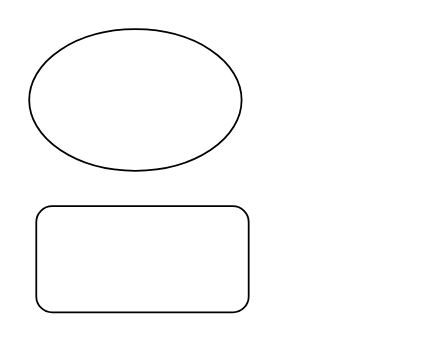
biaobiao/springbootdemo keeps this draw.io diagram as 未命名绘图.drawio. Above is the earlier version. Source tidied: cells renumbered, new cells numbered last; positions are measured from the earlier drawing's top-left corner, leaving out a move shared by most shapes. Both pictures are drawn from the tidied source at 177%, with x=0, y=0 at pixel (28, 28).
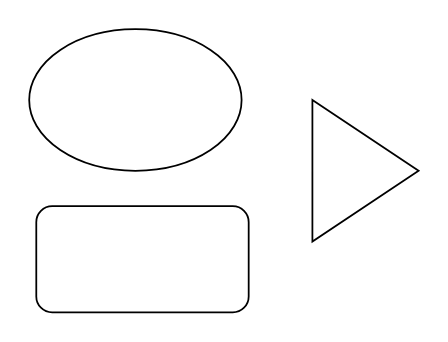
The same page after the edit.

Commit message:
更新未命名绘图.drawio

What changed in the source:
```diff
@@
 <mxGraphModel>
   <root>
     <mxCell id="0" />
     <mxCell id="1" parent="0" />
     <mxCell id="2" style="rounded=1;whiteSpace=wrap;html=1;" parent="1" vertex="1">
       <mxGeometry x="4" y="100" width="120" height="60" as="geometry" />
     </mxCell>
     <mxCell id="3" style="ellipse;whiteSpace=wrap;html=1;" parent="1" vertex="1">
       <mxGeometry width="120" height="80" as="geometry" />
     </mxCell>
+    <mxCell id="4" style="triangle;whiteSpace=wrap;html=1;" parent="1" vertex="1">
+      <mxGeometry x="160" y="40" width="60" height="80" as="geometry" />
+    </mxCell>
   </root>
 </mxGraphModel>
```
